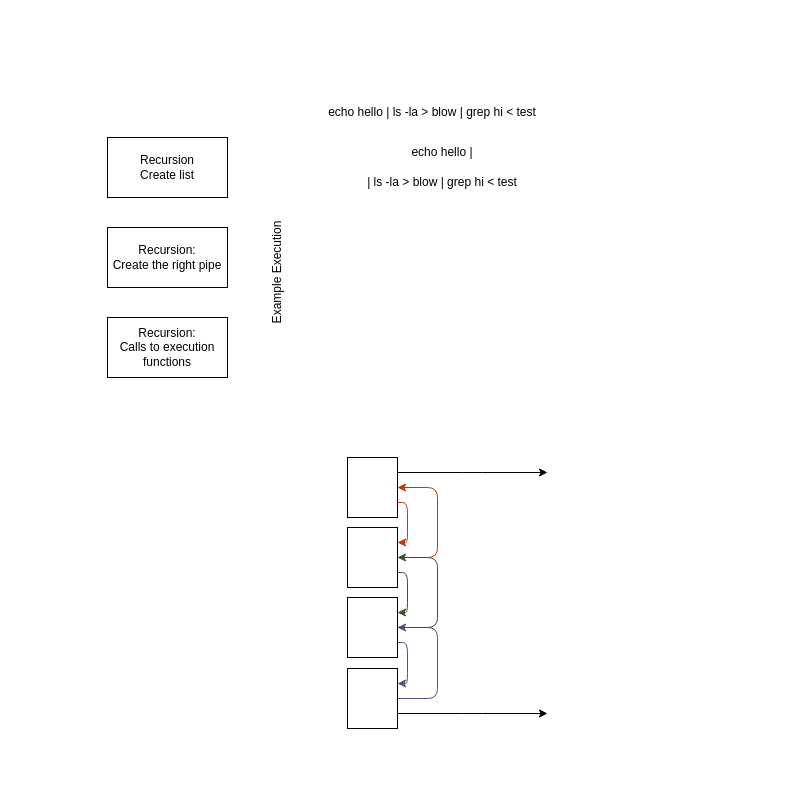
Earlier version of the draw.io diagram page "Nizz" (2 of 2) of utils/Nizz.drawio (Nazar963/42_Minishell_V3). Source tidied: cells renumbered, new cells numbered last; positions are measured from the earlier drawing's top-left corner, leaving out a move shared by most shapes. Both pictures are drawn from the tidied source at 100%, with x=0, y=0 at pixel (107, 97).
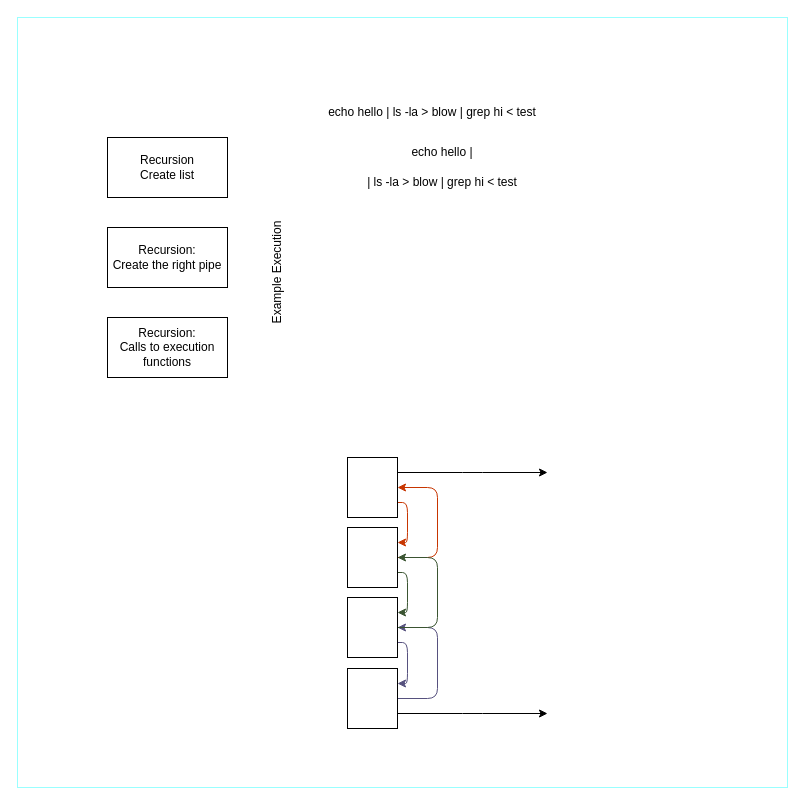
The same page after the edit.

Diff of the diagram source:
```diff
@@
+    <mxCell id="21" style="whiteSpace=wrap;html=1;fillColor=none;strokeColor=#99FFFF;perimeterSpacing=8;" parent="1" vertex="1">
+      <mxGeometry x="-90" y="-80" width="770" height="770" as="geometry" />
+    </mxCell>
```
